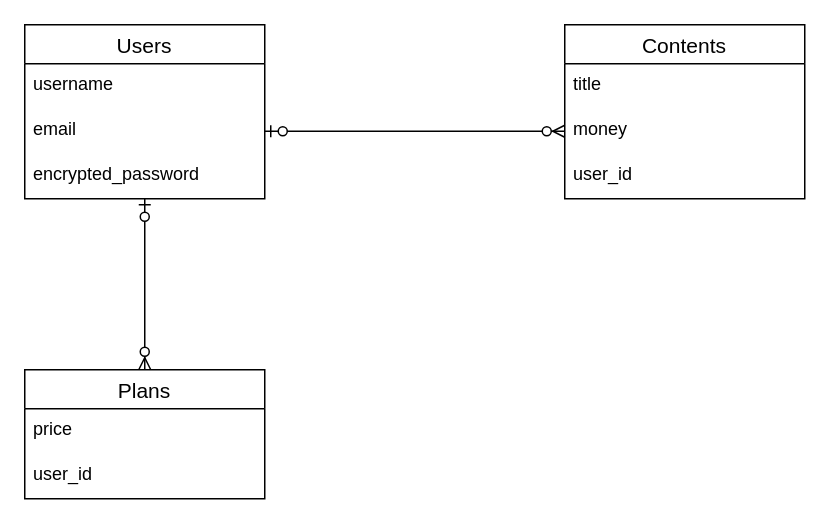
T-70ya/Wasmo keeps this draw.io diagram as table.dio. Above is the earlier version. Source tidied: cells renumbered, new cells numbered last; positions are measured from the earlier drawing's top-left corner, leaving out a move shared by most shapes. Both pictures are drawn from the tidied source at 150%, with x=0, y=0 at pixel (24, 24).
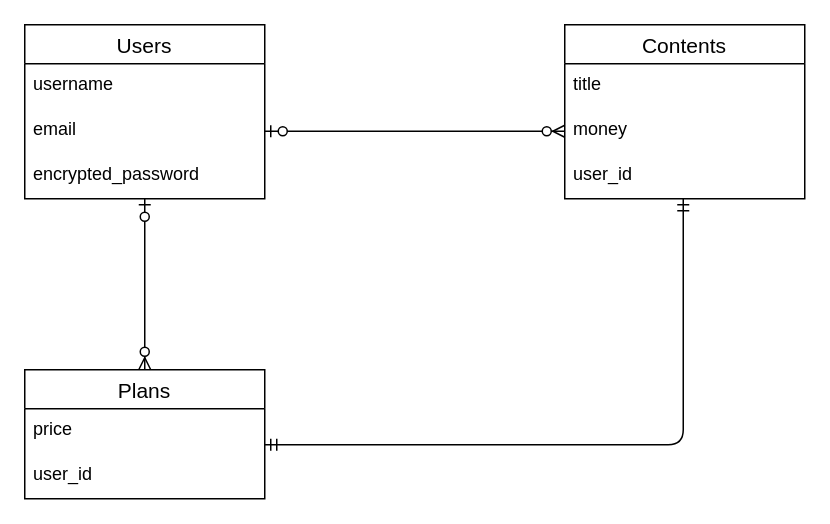
The same diagram, later.

The edit, as a diff of the source:
```diff
@@
 <mxGraphModel>
   <root>
     <mxCell id="0" />
     <mxCell id="1" parent="0" />
     <mxCell id="2" value="Contents" style="swimlane;fontStyle=0;horizontal=1;startSize=26;align=center;fontSize=14;" parent="1" vertex="1">
       <mxGeometry x="360" width="160" height="116" as="geometry" />
     </mxCell>
     <mxCell id="3" value="title" style="text;strokeColor=none;fillColor=none;spacingLeft=4;spacingRight=4;overflow=hidden;fontSize=12;" parent="2" vertex="1">
       <mxGeometry y="26" width="160" height="30" as="geometry" />
     </mxCell>
     <mxCell id="4" value="money&#10;" style="text;strokeColor=none;fillColor=none;spacingLeft=4;spacingRight=4;overflow=hidden;points=[[0,0.5],[1,0.5]];portConstraint=eastwest;fontSize=12;" parent="2" vertex="1">
       <mxGeometry y="56" width="160" height="30" as="geometry" />
     </mxCell>
     <mxCell id="5" value="user_id" style="text;strokeColor=none;fillColor=none;spacingLeft=4;spacingRight=4;overflow=hidden;points=[[0,0.5],[1,0.5]];portConstraint=eastwest;fontSize=12;" parent="2" vertex="1">
       <mxGeometry y="86" width="160" height="30" as="geometry" />
     </mxCell>
     <mxCell id="6" value="Users" style="swimlane;fontStyle=0;horizontal=1;startSize=26;align=center;fontSize=14;" parent="1" vertex="1">
       <mxGeometry width="160" height="116" as="geometry" />
     </mxCell>
     <mxCell id="7" value="username" style="text;strokeColor=none;fillColor=none;spacingLeft=4;spacingRight=4;overflow=hidden;fontSize=12;" parent="6" vertex="1">
       <mxGeometry y="26" width="160" height="30" as="geometry" />
     </mxCell>
     <mxCell id="8" value="email" style="text;strokeColor=none;fillColor=none;spacingLeft=4;spacingRight=4;overflow=hidden;points=[[0,0.5],[1,0.5]];portConstraint=eastwest;fontSize=12;" parent="6" vertex="1">
       <mxGeometry y="56" width="160" height="30" as="geometry" />
     </mxCell>
     <mxCell id="9" value="encrypted_password" style="text;strokeColor=none;fillColor=none;spacingLeft=4;spacingRight=4;overflow=hidden;points=[[0,0.5],[1,0.5]];portConstraint=eastwest;fontSize=12;" parent="6" vertex="1">
       <mxGeometry y="86" width="160" height="30" as="geometry" />
     </mxCell>
     <mxCell id="10" value="Plans" style="swimlane;fontStyle=0;horizontal=1;startSize=26;align=center;fontSize=14;" parent="1" vertex="1">
       <mxGeometry y="230" width="160" height="86" as="geometry" />
     </mxCell>
     <mxCell id="11" value="price" style="text;strokeColor=none;fillColor=none;spacingLeft=4;spacingRight=4;overflow=hidden;fontSize=12;" parent="10" vertex="1">
       <mxGeometry y="26" width="160" height="30" as="geometry" />
     </mxCell>
     <mxCell id="12" value="user_id" style="text;strokeColor=none;fillColor=none;spacingLeft=4;spacingRight=4;overflow=hidden;fontSize=12;" parent="10" vertex="1">
       <mxGeometry y="56" width="160" height="30" as="geometry" />
     </mxCell>
     <mxCell id="13" style="edgeStyle=entityRelationEdgeStyle;fontSize=12;html=1;endArrow=ERzeroToMany;startArrow=ERzeroToOne;exitX=1;exitY=0.5;exitDx=0;exitDy=0;entryX=0;entryY=0.5;entryDx=0;entryDy=0;" parent="1" edge="1" source="8" target="4">
       <mxGeometry relative="1" as="geometry" />
     </mxCell>
     <mxCell id="14" style="fontSize=12;html=1;endArrow=ERzeroToMany;startArrow=ERzeroToOne;entryX=0.5;entryY=0;entryDx=0;entryDy=0;" parent="1" edge="1" source="9" target="10">
       <mxGeometry relative="1" as="geometry" />
     </mxCell>
+    <mxCell id="15" style="fontSize=12;html=1;endArrow=ERmandOne;startArrow=ERmandOne;edgeStyle=orthogonalEdgeStyle;" parent="1" edge="1" target="5">
+      <mxGeometry relative="1" as="geometry">
+        <mxPoint x="160" y="280" as="sourcePoint" />
+        <Array as="points">
+          <mxPoint x="439" y="280" />
+        </Array>
+      </mxGeometry>
+    </mxCell>
   </root>
 </mxGraphModel>
```
